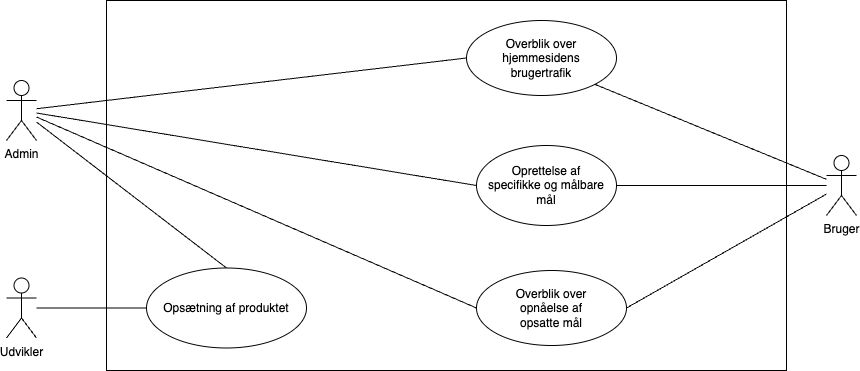
Above: documentation/usecase.drawio.png in Nikditten/BachelorProjekt (draw.io), before the change. Source tidied: cells renumbered, new cells last; positions are measured from the earlier drawing's top-left corner, leaving out a move shared by most shapes.
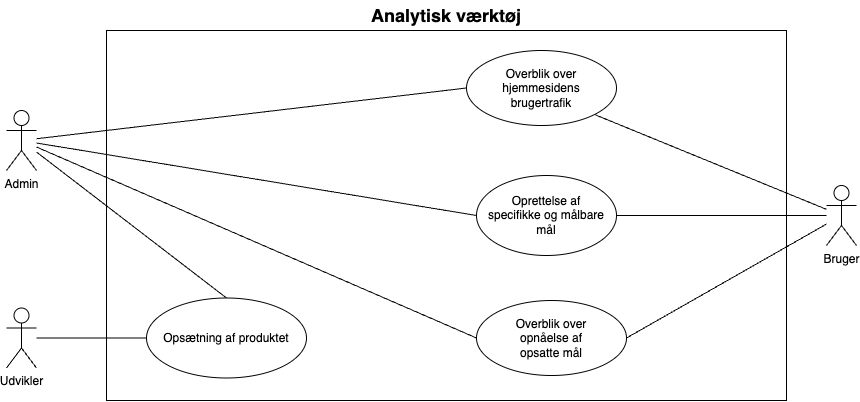
After the commit.

The edit, as a diff of the source:
```diff
@@ -50,5 +50,8 @@
     <mxCell id="17" value="Opsætning af produktet" style="ellipse;whiteSpace=wrap;html=1;" parent="1" vertex="1">
       <mxGeometry x="140" y="267.5" width="160" height="80" as="geometry" />
     </mxCell>
+    <mxCell id="18" value="&lt;font style=&quot;font-size: 18px;&quot;&gt;&lt;b&gt;Analytisk værktøj&lt;/b&gt;&lt;/font&gt;" style="text;html=1;strokeColor=none;fillColor=none;align=center;verticalAlign=middle;whiteSpace=wrap;rounded=0;" parent="1" vertex="1">
+      <mxGeometry x="325" y="-30" width="230" height="30" as="geometry" />
+    </mxCell>
   </root>
 </mxGraphModel>
```
